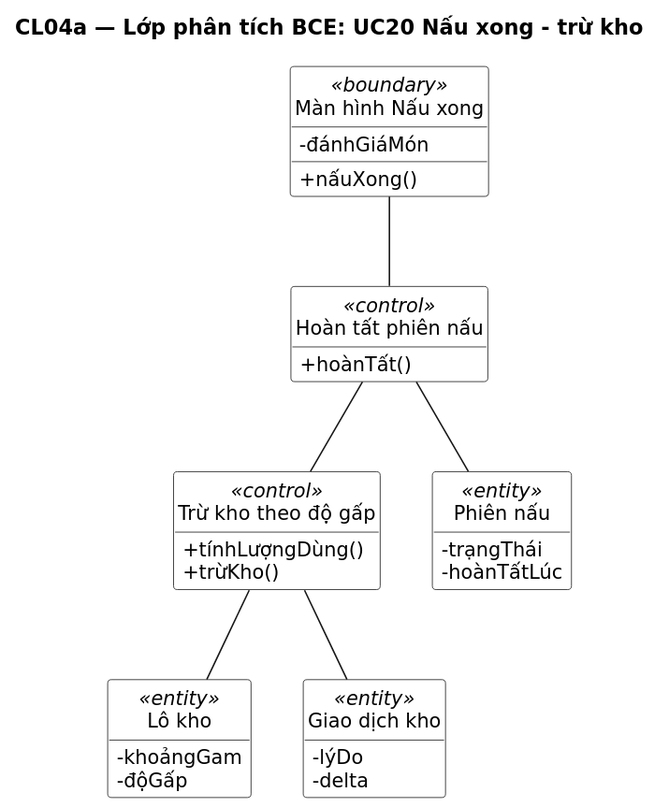
This is docs/uml/out/class/CL04a-bce-nau-xong-tru-kho.svg from NamBuw/Tastoria, a PlantUML export, as it was before one commit. Source of this version:
```plantuml
@startuml
title CL04a — Lớp phân tích BCE: UC20 Nấu xong - trừ kho
skinparam shadowing false
skinparam defaultFontName DejaVu Sans
skinparam defaultFontSize 13
skinparam dpi 110

hide circle
hide empty members
skinparam classAttributeIconSize 0
skinparam ClassBackgroundColor White

class "Màn hình Nấu xong" as BN <<boundary>> {
  -đánhGiáMón
  +nấuXong()
}
class "Hoàn tất phiên nấu" as CH <<control>> {
  +hoànTất()
}
class "Trừ kho theo độ gấp" as CTK <<control>> {
  +tínhLượngDùng()
  +trừKho()
}
class "Phiên nấu" as EPN <<entity>> {
  -trạngThái
  -hoànTấtLúc
}
class "Lô kho" as ELO <<entity>> {
  -khoảngGam
  -độGấp
}
class "Giao dịch kho" as EGD <<entity>> {
  -lýDo
  -delta
}

BN -- CH
CH -- EPN
CH -- CTK
CTK -- ELO
CTK -- EGD
@enduml
```
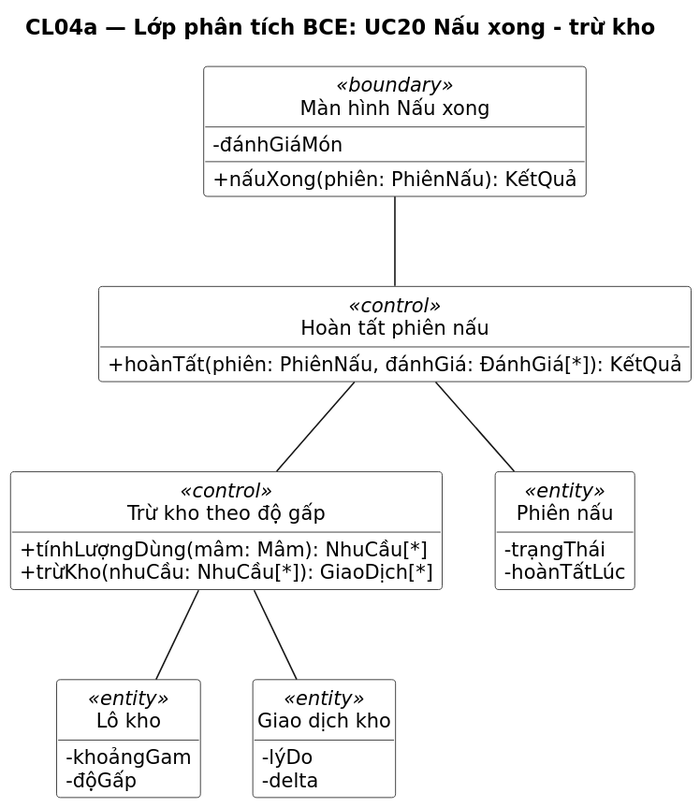
The same diagram one commit later.

Change to the diagram source:
```diff
@@ -12,14 +12,14 @@
 
 class "Màn hình Nấu xong" as BN <<boundary>> {
   -đánhGiáMón
-  +nấuXong()
+  +nấuXong(phiên: PhiênNấu): KếtQuả
 }
 class "Hoàn tất phiên nấu" as CH <<control>> {
-  +hoànTất()
+  +hoànTất(phiên: PhiênNấu, đánhGiá: ĐánhGiá[*]): KếtQuả
 }
 class "Trừ kho theo độ gấp" as CTK <<control>> {
-  +tínhLượngDùng()
-  +trừKho()
+  +tínhLượngDùng(mâm: Mâm): NhuCầu[*]
+  +trừKho(nhuCầu: NhuCầu[*]): GiaoDịch[*]
 }
 class "Phiên nấu" as EPN <<entity>> {
   -trạngThái
```
